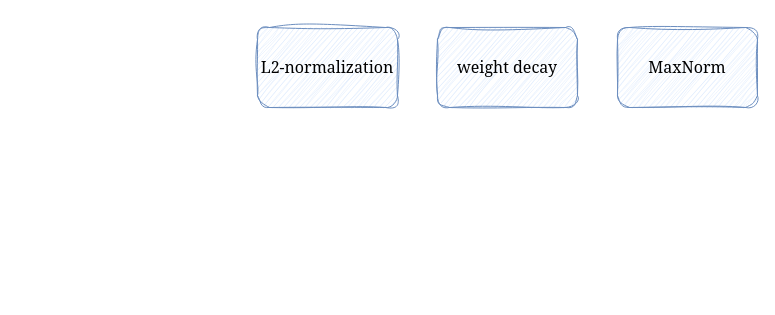
Before: src/Deep-Learning/06-weight Balancing.drawio in SihangXie/diagrams-app, a draw.io diagram. Source tidied: cells renumbered, new cells numbered last; positions are measured from the earlier drawing's top-left corner, leaving out a move shared by most shapes. Both pictures are drawn from the tidied source at 100%, with x=0, y=0 at pixel (257, 27).
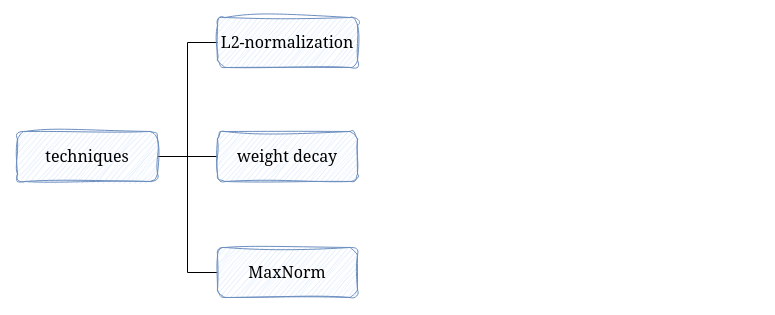
Above is the later version.

The edit, as a diff of the source:
```diff
@@
 <mxGraphModel>
   <root>
     <mxCell id="0" />
     <mxCell id="1" parent="0" />
+    <mxCell id="5" style="edgeStyle=orthogonalEdgeStyle;rounded=0;jettySize=auto;html=1;strokeColor=#000000;fontFamily=Georgia;fontSize=16;endArrow=none;endFill=0;" parent="1" edge="1" source="9" target="3">
+      <mxGeometry relative="1" as="geometry" />
+    </mxCell>
+    <mxCell id="6" style="edgeStyle=orthogonalEdgeStyle;rounded=0;jettySize=auto;html=1;strokeColor=#000000;fontFamily=Georgia;fontSize=16;endArrow=none;endFill=0;" parent="1" edge="1" source="9" target="3">
+      <mxGeometry relative="1" as="geometry" />
+    </mxCell>
+    <mxCell id="7" style="edgeStyle=orthogonalEdgeStyle;rounded=0;jettySize=auto;html=1;strokeColor=#000000;fontFamily=Georgia;fontSize=16;endArrow=none;endFill=0;exitX=1;exitY=0.5;exitDx=0;exitDy=0;entryX=0;entryY=0.5;entryDx=0;entryDy=0;" parent="1" edge="1" source="9" target="4">
+      <mxGeometry relative="1" as="geometry">
+        <Array as="points">
+          <mxPoint x="-70" y="129" />
+          <mxPoint x="-70" y="245" />
+        </Array>
+      </mxGeometry>
+    </mxCell>
+    <mxCell id="8" style="edgeStyle=orthogonalEdgeStyle;rounded=0;jettySize=auto;html=1;exitX=1;exitY=0.5;exitDx=0;exitDy=0;entryX=0;entryY=0.5;entryDx=0;entryDy=0;strokeColor=#000000;fontFamily=Georgia;fontSize=16;endArrow=none;endFill=0;" parent="1" edge="1" source="9" target="2">
+      <mxGeometry relative="1" as="geometry" />
+    </mxCell>
+    <mxCell id="9" value="techniques" style="whiteSpace=wrap;html=1;align=center;verticalAlign=middle;sketch=1;fontFamily=Georgia;fontSize=16;curveFitting=1;jiggle=2;fillColor=#dae8fc;strokeColor=#6c8ebf;rounded=1;" parent="1" vertex="1">
+      <mxGeometry x="-240" y="104" width="140" height="50" as="geometry" />
+    </mxCell>
-    <mxCell id="2" value="L2-normalization" style="rounded=1;whiteSpace=wrap;html=1;fillColor=#dae8fc;strokeColor=#6c8ebf;sketch=1;curveFitting=1;jiggle=2;fontSize=16;fontFamily=Georgia;" parent="1" vertex="1">
-      <mxGeometry width="140" height="80" as="geometry" />
+    <mxCell id="2" value="L2-normalization" style="whiteSpace=wrap;html=1;align=center;verticalAlign=middle;sketch=1;fontFamily=Georgia;fontSize=16;curveFitting=1;jiggle=2;fillColor=#dae8fc;strokeColor=#6c8ebf;rounded=1;" parent="1" vertex="1">
+      <mxGeometry x="-40" y="-10" width="140" height="50" as="geometry" />
     </mxCell>
-    <mxCell id="3" value="weight decay" style="rounded=1;whiteSpace=wrap;html=1;fillColor=#dae8fc;strokeColor=#6c8ebf;sketch=1;curveFitting=1;jiggle=2;fontSize=16;fontFamily=Georgia;" parent="1" vertex="1">
-      <mxGeometry x="180" width="140" height="80" as="geometry" />
+    <mxCell id="3" value="weight decay" style="whiteSpace=wrap;html=1;align=center;verticalAlign=middle;sketch=1;fontFamily=Georgia;fontSize=16;curveFitting=1;jiggle=2;fillColor=#dae8fc;strokeColor=#6c8ebf;rounded=1;" parent="1" vertex="1">
+      <mxGeometry x="-40" y="104" width="140" height="50" as="geometry" />
     </mxCell>
-    <mxCell id="4" value="MaxNorm" style="rounded=1;whiteSpace=wrap;html=1;fillColor=#dae8fc;strokeColor=#6c8ebf;sketch=1;curveFitting=1;jiggle=2;fontSize=16;fontFamily=Georgia;" parent="1" vertex="1">
-      <mxGeometry x="360" width="140" height="80" as="geometry" />
+    <mxCell id="4" value="MaxNorm" style="whiteSpace=wrap;html=1;align=center;verticalAlign=middle;sketch=1;fontFamily=Georgia;fontSize=16;curveFitting=1;jiggle=2;fillColor=#dae8fc;strokeColor=#6c8ebf;rounded=1;" parent="1" vertex="1">
+      <mxGeometry x="-40" y="220" width="140" height="50" as="geometry" />
     </mxCell>
   </root>
 </mxGraphModel>
```
